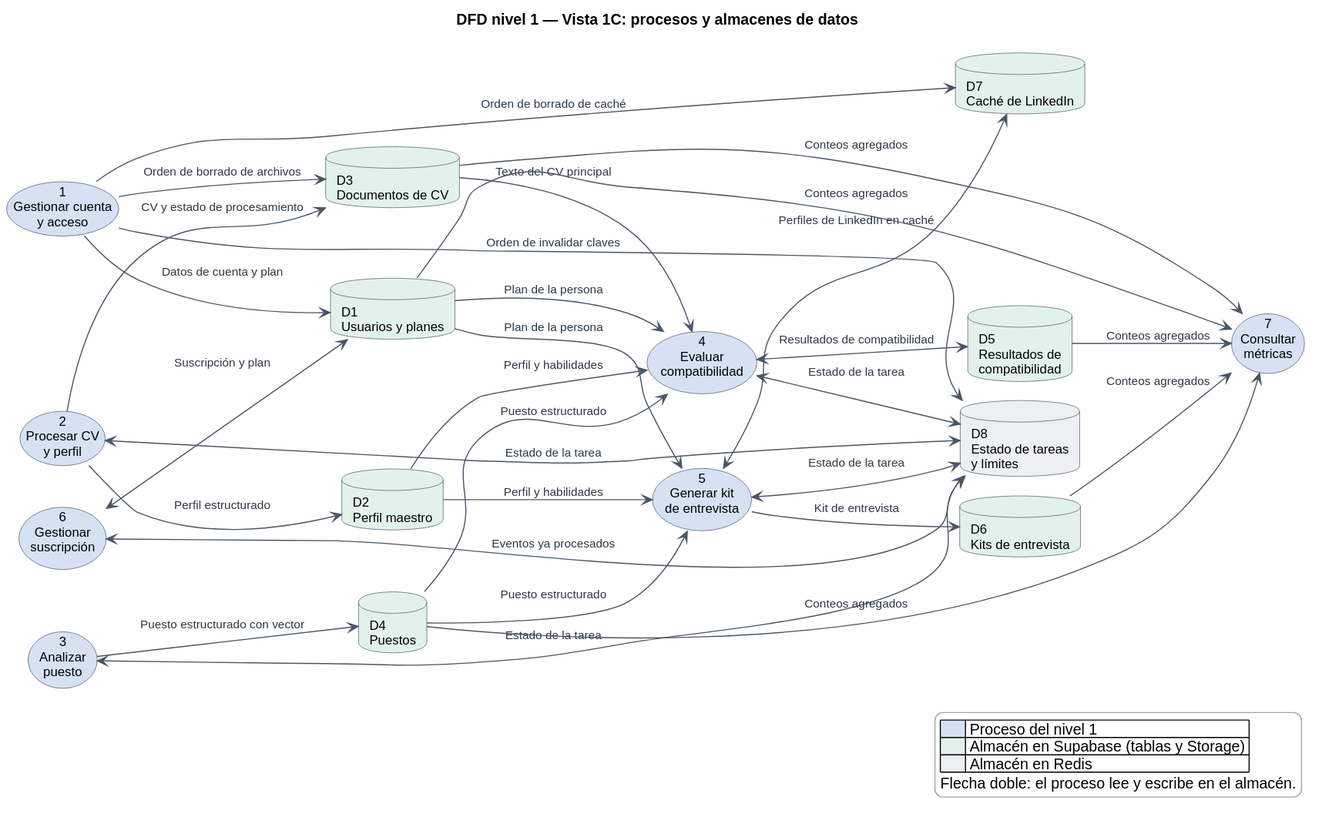
Before: docs/diagramas/dfd-nivel-1-vista-c.svg, a diagram exported from PlantUML (Buatishi/Jobby).
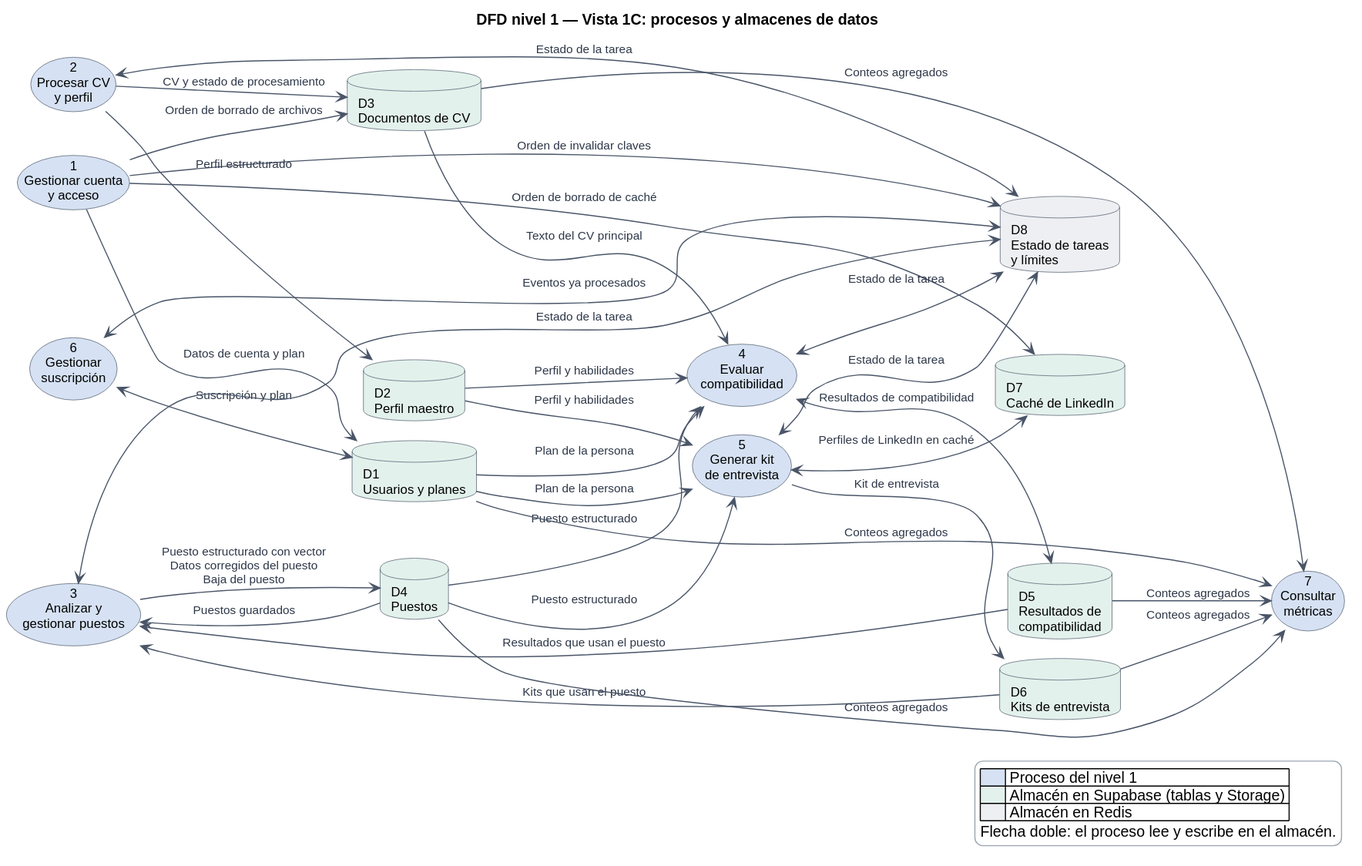
The same diagram one commit later.

Diff of the diagram source:
```diff
@@ -16,7 +16,7 @@
 
 usecase "1\nGestionar cuenta\ny acceso" as P1 #D6E2F3
 usecase "2\nProcesar CV\ny perfil" as P2 #D6E2F3
-usecase "3\nAnalizar\npuesto" as P3 #D6E2F3
+usecase "3\nAnalizar y\ngestionar puestos" as P3 #D6E2F3
 usecase "4\nEvaluar\ncompatibilidad" as P4 #D6E2F3
 usecase "5\nGenerar kit\nde entrevista" as P5 #D6E2F3
 usecase "6\nGestionar\nsuscripción" as P6 #D6E2F3
@@ -37,7 +37,10 @@
 P1 --> D8 : Orden de invalidar claves
 P2 --> D3 : CV y estado de procesamiento
 P2 --> D2 : Perfil estructurado
-P3 --> D4 : Puesto estructurado con vector
+P3 --> D4 : Puesto estructurado con vector\nDatos corregidos del puesto\nBaja del puesto
+P3 <-- D4 : Puestos guardados
+P3 <-- D5 : Resultados que usan el puesto
+P3 <-- D6 : Kits que usan el puesto
 D1 --> P4 : Plan de la persona
 D2 --> P4 : Perfil y habilidades
 D4 --> P4 : Puesto estructurado
```
